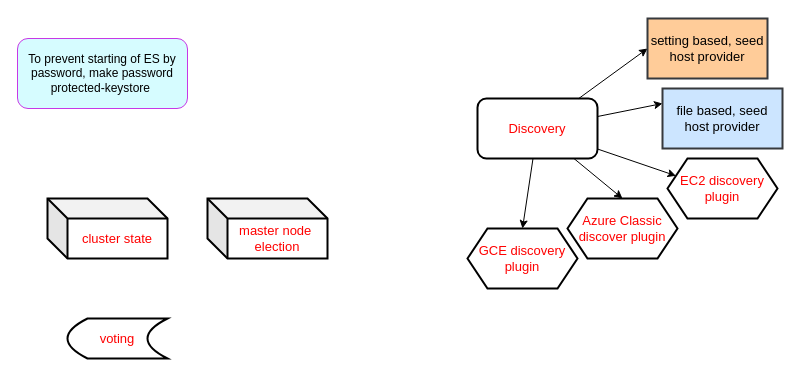
Above: page "Cluster Process" (2 of 13) of My Articles/elastic stack/ElasticSearch Administration.drawio in paramothers/books (draw.io), before the change. Source tidied: cells renumbered, new cells numbered last; positions are measured from the earlier drawing's top-left corner, leaving out a move shared by most shapes. Both pictures are drawn from the tidied source at 100%, with x=0, y=0 at pixel (17, 18).
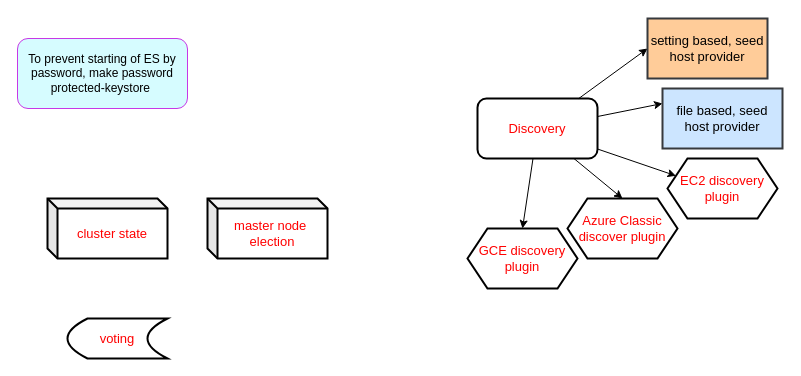
The same diagram, later.

Change to the diagram source:
```diff
@@
 <mxGraphModel>
   <root>
     <mxCell id="0" />
     <mxCell id="1" parent="0" />
     <mxCell id="2" value="To prevent starting of ES by password, make password protected-keystore&amp;nbsp;" style="rounded=1;whiteSpace=wrap;html=1;strokeColor=#C738E6;strokeWidth=1;fillColor=#D6FCFF;" parent="1" vertex="1">
       <mxGeometry y="20" width="170" height="70" as="geometry" />
     </mxCell>
     <mxCell id="3" style="edgeStyle=none;rounded=0;jettySize=auto;html=1;entryX=0;entryY=0.5;entryDx=0;entryDy=0;startArrow=none;startFill=0;strokeColor=#000000;strokeWidth=1;fontSize=13;fontColor=#FF0000;" parent="1" edge="1" source="8" target="9">
       <mxGeometry relative="1" as="geometry" />
     </mxCell>
     <mxCell id="4" style="edgeStyle=none;rounded=0;jettySize=auto;html=1;entryX=0;entryY=0.25;entryDx=0;entryDy=0;startArrow=none;startFill=0;strokeColor=#000000;strokeWidth=1;fontSize=13;fontColor=#FF0000;" parent="1" edge="1" source="8" target="10">
       <mxGeometry relative="1" as="geometry" />
     </mxCell>
     <mxCell id="5" style="edgeStyle=none;rounded=0;jettySize=auto;html=1;entryX=0;entryY=0.25;entryDx=0;entryDy=0;startArrow=none;startFill=0;strokeColor=#000000;strokeWidth=1;fontSize=13;fontColor=#FF0000;" parent="1" edge="1" source="8" target="11">
       <mxGeometry relative="1" as="geometry" />
     </mxCell>
     <mxCell id="6" style="edgeStyle=none;rounded=0;jettySize=auto;html=1;entryX=0.5;entryY=0;entryDx=0;entryDy=0;startArrow=none;startFill=0;strokeColor=#000000;strokeWidth=1;fontSize=13;fontColor=#FF0000;" parent="1" edge="1" source="8" target="12">
       <mxGeometry relative="1" as="geometry" />
     </mxCell>
     <mxCell id="7" style="edgeStyle=none;rounded=0;jettySize=auto;html=1;entryX=0.5;entryY=0;entryDx=0;entryDy=0;startArrow=none;startFill=0;strokeColor=#000000;strokeWidth=1;fontSize=13;fontColor=#FF0000;" parent="1" edge="1" source="8" target="13">
       <mxGeometry relative="1" as="geometry" />
     </mxCell>
     <mxCell id="8" value="Discovery" style="rounded=1;whiteSpace=wrap;html=1;labelBackgroundColor=none;strokeColor=#000000;strokeWidth=2;fillColor=none;fontSize=13;fontColor=#FF0000;" parent="1" vertex="1">
       <mxGeometry x="460" y="80" width="120" height="60" as="geometry" />
     </mxCell>
     <mxCell id="9" value="setting based, seed host provider" style="rounded=0;whiteSpace=wrap;html=1;labelBackgroundColor=none;strokeColor=#36393d;strokeWidth=2;fillColor=#ffcc99;fontSize=13;" parent="1" vertex="1">
       <mxGeometry x="630" width="120" height="60" as="geometry" />
     </mxCell>
     <mxCell id="10" value="file based, seed host provider" style="rounded=0;whiteSpace=wrap;html=1;labelBackgroundColor=none;strokeColor=#36393d;strokeWidth=2;fillColor=#cce5ff;fontSize=13;" parent="1" vertex="1">
       <mxGeometry x="645" y="70" width="120" height="60" as="geometry" />
     </mxCell>
     <mxCell id="11" value="EC2 discovery plugin" style="shape=hexagon;perimeter=hexagonPerimeter2;whiteSpace=wrap;html=1;fixedSize=1;labelBackgroundColor=none;strokeColor=#000000;strokeWidth=2;fillColor=none;fontSize=13;fontColor=#FF0000;" parent="1" vertex="1">
       <mxGeometry x="650" y="140" width="110" height="60" as="geometry" />
     </mxCell>
     <mxCell id="12" value="Azure Classic discover plugin" style="shape=hexagon;perimeter=hexagonPerimeter2;whiteSpace=wrap;html=1;fixedSize=1;labelBackgroundColor=none;strokeColor=#000000;strokeWidth=2;fillColor=none;fontSize=13;fontColor=#FF0000;" parent="1" vertex="1">
       <mxGeometry x="550" y="180" width="110" height="60" as="geometry" />
     </mxCell>
     <mxCell id="13" value="GCE discovery plugin" style="shape=hexagon;perimeter=hexagonPerimeter2;whiteSpace=wrap;html=1;fixedSize=1;labelBackgroundColor=none;strokeColor=#000000;strokeWidth=2;fillColor=none;fontSize=13;fontColor=#FF0000;" parent="1" vertex="1">
       <mxGeometry x="450" y="210" width="110" height="60" as="geometry" />
     </mxCell>
-    <mxCell id="14" value="cluster state" style="shape=cube;whiteSpace=wrap;html=1;boundedLbl=1;backgroundOutline=1;darkOpacity=0.05;darkOpacity2=0.1;labelBackgroundColor=none;strokeColor=#000000;strokeWidth=2;fillColor=none;fontSize=13;fontColor=#FF0000;" parent="1" vertex="1">
+    <mxCell id="14" value="cluster state" style="shape=cube;whiteSpace=wrap;html=1;boundedLbl=1;backgroundOutline=1;darkOpacity=0.05;darkOpacity2=0.1;labelBackgroundColor=none;strokeColor=#000000;strokeWidth=2;fillColor=none;fontSize=13;fontColor=#FF0000;size=10;" parent="1" vertex="1">
       <mxGeometry x="30" y="180" width="120" height="60" as="geometry" />
     </mxCell>
-    <mxCell id="15" value="master node&amp;nbsp; election" style="shape=cube;whiteSpace=wrap;html=1;boundedLbl=1;backgroundOutline=1;darkOpacity=0.05;darkOpacity2=0.1;labelBackgroundColor=none;strokeColor=#000000;strokeWidth=2;fillColor=none;fontSize=13;fontColor=#FF0000;" parent="1" vertex="1">
+    <mxCell id="15" value="master node&amp;nbsp; election" style="shape=cube;whiteSpace=wrap;html=1;boundedLbl=1;backgroundOutline=1;darkOpacity=0.05;darkOpacity2=0.1;labelBackgroundColor=none;strokeColor=#000000;strokeWidth=2;fillColor=none;fontSize=13;fontColor=#FF0000;size=10;" parent="1" vertex="1">
       <mxGeometry x="190" y="180" width="120" height="60" as="geometry" />
     </mxCell>
     <mxCell id="16" value="voting" style="shape=dataStorage;whiteSpace=wrap;html=1;fixedSize=1;labelBackgroundColor=none;strokeColor=#000000;strokeWidth=2;fillColor=none;fontSize=13;fontColor=#FF0000;" parent="1" vertex="1">
       <mxGeometry x="50" y="300" width="100" height="40" as="geometry" />
     </mxCell>
   </root>
 </mxGraphModel>
```
